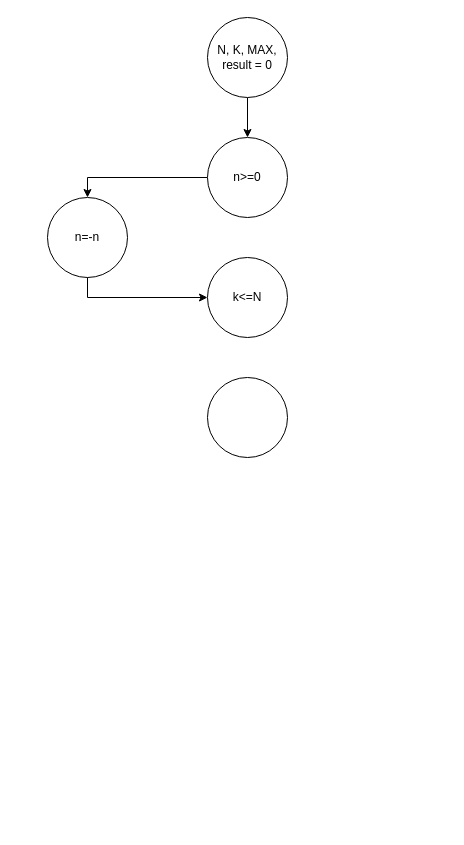
Above: 未命名绘图.drawio in kumoSleeping/doc (draw.io), before the change. Source tidied: cells renumbered, new cells numbered last; positions are measured from the earlier drawing's top-left corner, leaving out a move shared by most shapes. Both pictures are drawn from the tidied source at 100%, with x=0, y=0 at pixel (47, 17).
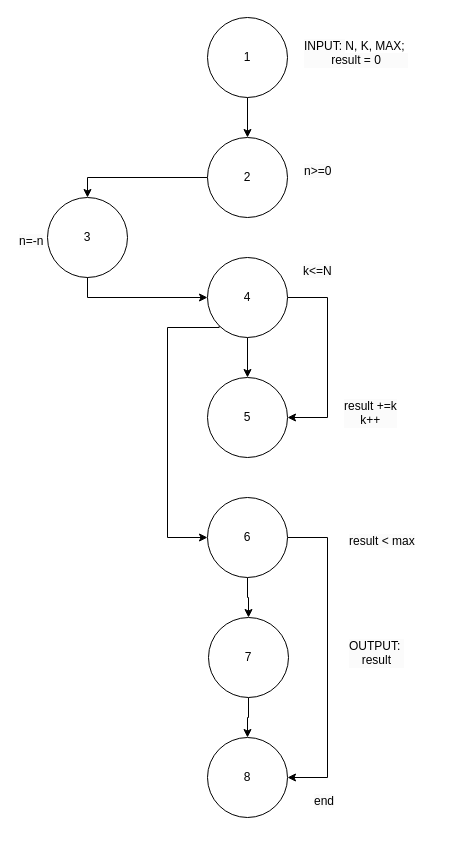
The same page after the edit.

Commit message (it also covers changes not shown here):
更新未命名绘图.drawio

Diff of the diagram source:
```diff
@@
-    <mxCell id="3" value="N, K, MAX,&lt;div&gt;result = 0&lt;/div&gt;" style="ellipse;whiteSpace=wrap;html=1;" parent="1" vertex="1">
+    <mxCell id="3" value="1" style="ellipse;whiteSpace=wrap;html=1;" parent="1" vertex="1">
       <mxGeometry x="160" width="80" height="80" as="geometry" />
     </mxCell>
@@
-    <mxCell id="5" value="n&amp;gt;=0" style="ellipse;whiteSpace=wrap;html=1;" parent="1" vertex="1">
+    <mxCell id="5" value="2" style="ellipse;whiteSpace=wrap;html=1;" parent="1" vertex="1">
       <mxGeometry x="160" y="120" width="80" height="80" as="geometry" />
     </mxCell>
@@
-    <mxCell id="7" value="n=-n" style="ellipse;whiteSpace=wrap;html=1;" parent="1" vertex="1">
+    <mxCell id="7" value="3" style="ellipse;whiteSpace=wrap;html=1;" parent="1" vertex="1">
       <mxGeometry y="180" width="80" height="80" as="geometry" />
     </mxCell>
+    <mxCell id="10" style="edgeStyle=orthogonalEdgeStyle;rounded=0;jettySize=auto;html=1;exitX=0.5;exitY=1;exitDx=0;exitDy=0;entryX=0.5;entryY=0;entryDx=0;entryDy=0;" parent="1" edge="1" source="8" target="9">
+      <mxGeometry relative="1" as="geometry" />
+    </mxCell>
+    <mxCell id="11" style="edgeStyle=orthogonalEdgeStyle;rounded=0;jettySize=auto;html=1;exitX=1;exitY=0.5;exitDx=0;exitDy=0;entryX=1;entryY=0.5;entryDx=0;entryDy=0;" parent="1" edge="1" source="8" target="9">
+      <mxGeometry relative="1" as="geometry">
+        <Array as="points">
+          <mxPoint x="280" y="280" />
+          <mxPoint x="280" y="400" />
+        </Array>
+      </mxGeometry>
+    </mxCell>
+    <mxCell id="12" style="edgeStyle=orthogonalEdgeStyle;rounded=0;jettySize=auto;html=1;exitX=0;exitY=1;exitDx=0;exitDy=0;entryX=0;entryY=0.5;entryDx=0;entryDy=0;" parent="1" edge="1" source="8" target="15">
+      <mxGeometry relative="1" as="geometry">
+        <Array as="points">
+          <mxPoint x="172" y="310" />
+          <mxPoint x="120" y="310" />
+          <mxPoint x="120" y="520" />
+        </Array>
+      </mxGeometry>
+    </mxCell>
-    <mxCell id="8" value="k&amp;lt;=N" style="ellipse;whiteSpace=wrap;html=1;" parent="1" vertex="1">
+    <mxCell id="8" value="4" style="ellipse;whiteSpace=wrap;html=1;" parent="1" vertex="1">
       <mxGeometry x="160" y="240" width="80" height="80" as="geometry" />
     </mxCell>
-    <mxCell id="9" style="ellipse;whiteSpace=wrap;html=1;" parent="1" vertex="1">
+    <mxCell id="9" value="&lt;div&gt;5&lt;/div&gt;" style="ellipse;whiteSpace=wrap;html=1;" parent="1" vertex="1">
       <mxGeometry x="160" y="360" width="80" height="80" as="geometry" />
     </mxCell>
+    <mxCell id="13" style="edgeStyle=orthogonalEdgeStyle;rounded=0;jettySize=auto;html=1;" parent="1" edge="1" source="15" target="17">
+      <mxGeometry relative="1" as="geometry" />
+    </mxCell>
+    <mxCell id="14" style="edgeStyle=orthogonalEdgeStyle;rounded=0;jettySize=auto;html=1;exitX=1;exitY=0.5;exitDx=0;exitDy=0;entryX=1;entryY=0.5;entryDx=0;entryDy=0;" parent="1" edge="1" source="15" target="18">
+      <mxGeometry relative="1" as="geometry">
+        <Array as="points">
+          <mxPoint x="280" y="520" />
+          <mxPoint x="280" y="760" />
+        </Array>
+      </mxGeometry>
+    </mxCell>
+    <mxCell id="15" value="6" style="ellipse;whiteSpace=wrap;html=1;" parent="1" vertex="1">
+      <mxGeometry x="160" y="480" width="80" height="80" as="geometry" />
+    </mxCell>
+    <mxCell id="16" style="edgeStyle=orthogonalEdgeStyle;rounded=0;jettySize=auto;html=1;exitX=0.5;exitY=1;exitDx=0;exitDy=0;" parent="1" edge="1" source="17" target="18">
+      <mxGeometry relative="1" as="geometry" />
+    </mxCell>
+    <mxCell id="17" value="7" style="ellipse;whiteSpace=wrap;html=1;" parent="1" vertex="1">
+      <mxGeometry x="161" y="600" width="80" height="80" as="geometry" />
+    </mxCell>
+    <mxCell id="18" value="8" style="ellipse;whiteSpace=wrap;html=1;" parent="1" vertex="1">
+      <mxGeometry x="160" y="720" width="80" height="80" as="geometry" />
+    </mxCell>
+    <mxCell id="19" value="&lt;span style=&quot;color: rgb(0, 0, 0); font-family: Helvetica; font-size: 12px; font-style: normal; font-variant-ligatures: normal; font-variant-caps: normal; font-weight: 400; letter-spacing: normal; orphans: 2; text-align: center; text-indent: 0px; text-transform: none; widows: 2; word-spacing: 0px; -webkit-text-stroke-width: 0px; white-space: normal; background-color: rgb(251, 251, 251); text-decoration-thickness: initial; text-decoration-style: initial; text-decoration-color: initial; display: inline !important; float: none;&quot;&gt;INPUT:&amp;nbsp;&lt;/span&gt;&lt;span style=&quot;forced-color-adjust: none; color: light-dark(rgb(0, 0, 0), rgb(255, 255, 255)); font-family: Helvetica; font-size: 12px; font-style: normal; font-variant-ligatures: normal; font-variant-caps: normal; font-weight: 400; letter-spacing: normal; orphans: 2; text-align: center; text-indent: 0px; text-transform: none; widows: 2; word-spacing: 0px; -webkit-text-stroke-width: 0px; white-space: normal; background-color: transparent; text-decoration-thickness: initial; text-decoration-style: initial; text-decoration-color: initial;&quot;&gt;N, K, MAX;&amp;nbsp;&lt;/span&gt;&lt;div style=&quot;forced-color-adjust: none; color: rgb(0, 0, 0); font-family: Helvetica; font-size: 12px; font-style: normal; font-variant-ligatures: normal; font-variant-caps: normal; font-weight: 400; letter-spacing: normal; orphans: 2; text-align: center; text-indent: 0px; text-transform: none; widows: 2; word-spacing: 0px; -webkit-text-stroke-width: 0px; white-space: normal; background-color: rgb(251, 251, 251); text-decoration-thickness: initial; text-decoration-style: initial; text-decoration-color: initial;&quot;&gt;&lt;span style=&quot;forced-color-adjust: none; background-color: transparent; color: light-dark(rgb(0, 0, 0), rgb(255, 255, 255));&quot;&gt;result = 0&lt;/span&gt;&lt;/div&gt;" style="text;whiteSpace=wrap;html=1;" parent="1" vertex="1">
+      <mxGeometry x="255" y="15" width="140" height="50" as="geometry" />
+    </mxCell>
+    <mxCell id="20" value="&lt;span style=&quot;color: rgb(0, 0, 0); font-family: Helvetica; font-size: 12px; font-style: normal; font-variant-ligatures: normal; font-variant-caps: normal; font-weight: 400; letter-spacing: normal; orphans: 2; text-align: center; text-indent: 0px; text-transform: none; widows: 2; word-spacing: 0px; -webkit-text-stroke-width: 0px; white-space: normal; background-color: rgb(251, 251, 251); text-decoration-thickness: initial; text-decoration-style: initial; text-decoration-color: initial; display: inline !important; float: none;&quot;&gt;n&amp;gt;=0&lt;/span&gt;" style="text;whiteSpace=wrap;html=1;" parent="1" vertex="1">
+      <mxGeometry x="255" y="140" width="40" height="40" as="geometry" />
+    </mxCell>
+    <mxCell id="21" value="&lt;span style=&quot;color: rgb(0, 0, 0); font-family: Helvetica; font-size: 12px; font-style: normal; font-variant-ligatures: normal; font-variant-caps: normal; font-weight: 400; letter-spacing: normal; orphans: 2; text-align: center; text-indent: 0px; text-transform: none; widows: 2; word-spacing: 0px; -webkit-text-stroke-width: 0px; white-space: normal; background-color: rgb(251, 251, 251); text-decoration-thickness: initial; text-decoration-style: initial; text-decoration-color: initial; display: inline !important; float: none;&quot;&gt;n=-n&lt;/span&gt;" style="text;whiteSpace=wrap;html=1;" parent="1" vertex="1">
+      <mxGeometry x="-30" y="210" width="60" height="40" as="geometry" />
+    </mxCell>
+    <mxCell id="22" value="&lt;span style=&quot;color: rgb(0, 0, 0); font-family: Helvetica; font-size: 12px; font-style: normal; font-variant-ligatures: normal; font-variant-caps: normal; font-weight: 400; letter-spacing: normal; orphans: 2; text-align: center; text-indent: 0px; text-transform: none; widows: 2; word-spacing: 0px; -webkit-text-stroke-width: 0px; white-space: normal; background-color: rgb(251, 251, 251); text-decoration-thickness: initial; text-decoration-style: initial; text-decoration-color: initial; display: inline !important; float: none;&quot;&gt;k&amp;lt;=N&lt;/span&gt;" style="text;whiteSpace=wrap;html=1;" parent="1" vertex="1">
+      <mxGeometry x="254" y="240" width="60" height="40" as="geometry" />
+    </mxCell>
+    <mxCell id="23" value="&lt;span style=&quot;color: rgb(0, 0, 0); font-family: Helvetica; font-size: 12px; font-style: normal; font-variant-ligatures: normal; font-variant-caps: normal; font-weight: 400; letter-spacing: normal; orphans: 2; text-align: center; text-indent: 0px; text-transform: none; widows: 2; word-spacing: 0px; -webkit-text-stroke-width: 0px; white-space: normal; background-color: rgb(251, 251, 251); text-decoration-thickness: initial; text-decoration-style: initial; text-decoration-color: initial; display: inline !important; float: none;&quot;&gt;result +=k&lt;/span&gt;&lt;div style=&quot;forced-color-adjust: none; color: rgb(0, 0, 0); font-family: Helvetica; font-size: 12px; font-style: normal; font-variant-ligatures: normal; font-variant-caps: normal; font-weight: 400; letter-spacing: normal; orphans: 2; text-align: center; text-indent: 0px; text-transform: none; widows: 2; word-spacing: 0px; -webkit-text-stroke-width: 0px; white-space: normal; background-color: rgb(251, 251, 251); text-decoration-thickness: initial; text-decoration-style: initial; text-decoration-color: initial;&quot;&gt;k++&lt;/div&gt;" style="text;whiteSpace=wrap;html=1;" parent="1" vertex="1">
+      <mxGeometry x="295" y="375" width="90" height="50" as="geometry" />
+    </mxCell>
+    <mxCell id="24" value="&lt;span style=&quot;color: rgb(0, 0, 0); font-family: Helvetica; font-size: 12px; font-style: normal; font-variant-ligatures: normal; font-variant-caps: normal; font-weight: 400; letter-spacing: normal; orphans: 2; text-align: center; text-indent: 0px; text-transform: none; widows: 2; word-spacing: 0px; -webkit-text-stroke-width: 0px; white-space: normal; background-color: rgb(251, 251, 251); text-decoration-thickness: initial; text-decoration-style: initial; text-decoration-color: initial; display: inline !important; float: none;&quot;&gt;result &amp;lt; max&lt;/span&gt;" style="text;whiteSpace=wrap;html=1;" parent="1" vertex="1">
+      <mxGeometry x="300" y="510" width="100" height="40" as="geometry" />
+    </mxCell>
+    <mxCell id="25" value="&lt;span style=&quot;color: rgb(0, 0, 0); font-family: Helvetica; font-size: 12px; font-style: normal; font-variant-ligatures: normal; font-variant-caps: normal; font-weight: 400; letter-spacing: normal; orphans: 2; text-align: center; text-indent: 0px; text-transform: none; widows: 2; word-spacing: 0px; -webkit-text-stroke-width: 0px; white-space: normal; background-color: rgb(251, 251, 251); text-decoration-thickness: initial; text-decoration-style: initial; text-decoration-color: initial; display: inline !important; float: none;&quot;&gt;OUTPUT:&amp;nbsp;&lt;/span&gt;&lt;div style=&quot;forced-color-adjust: none; color: rgb(0, 0, 0); font-family: Helvetica; font-size: 12px; font-style: normal; font-variant-ligatures: normal; font-variant-caps: normal; font-weight: 400; letter-spacing: normal; orphans: 2; text-align: center; text-indent: 0px; text-transform: none; widows: 2; word-spacing: 0px; -webkit-text-stroke-width: 0px; white-space: normal; background-color: rgb(251, 251, 251); text-decoration-thickness: initial; text-decoration-style: initial; text-decoration-color: initial;&quot;&gt;result&lt;/div&gt;" style="text;whiteSpace=wrap;html=1;" parent="1" vertex="1">
+      <mxGeometry x="300" y="615" width="90" height="50" as="geometry" />
+    </mxCell>
+    <mxCell id="26" value="&lt;span style=&quot;color: rgb(0, 0, 0); font-family: Helvetica; font-size: 12px; font-style: normal; font-variant-ligatures: normal; font-variant-caps: normal; font-weight: 400; letter-spacing: normal; orphans: 2; text-align: center; text-indent: 0px; text-transform: none; widows: 2; word-spacing: 0px; -webkit-text-stroke-width: 0px; white-space: normal; background-color: rgb(251, 251, 251); text-decoration-thickness: initial; text-decoration-style: initial; text-decoration-color: initial; display: inline !important; float: none;&quot;&gt;end&lt;/span&gt;" style="text;whiteSpace=wrap;html=1;" parent="1" vertex="1">
+      <mxGeometry x="265" y="770" width="30" height="40" as="geometry" />
+    </mxCell>
```
